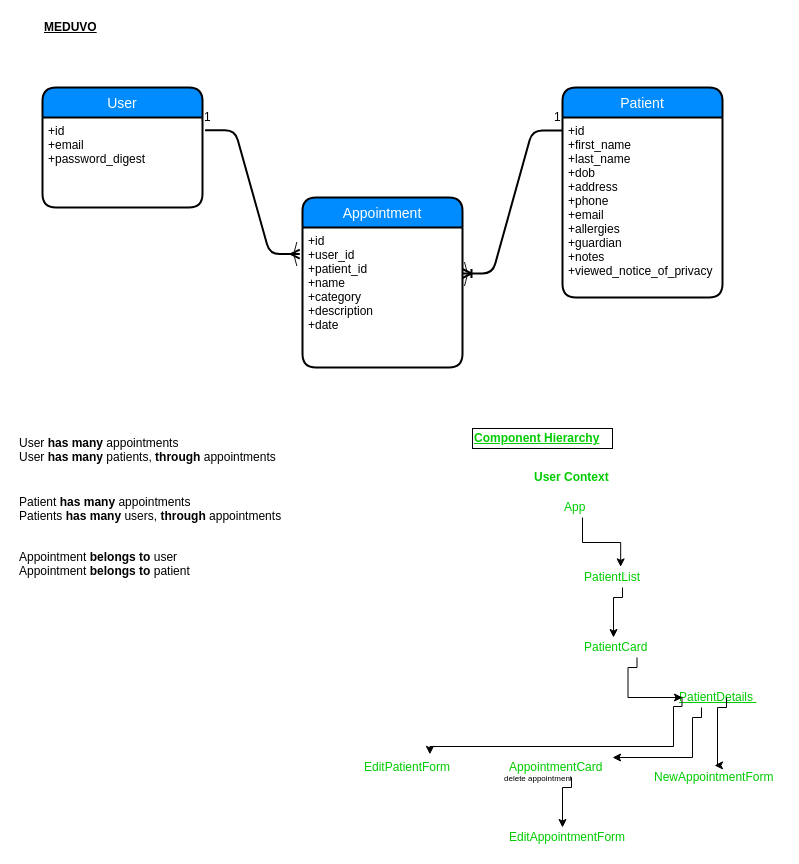
Earlier version of the draw.io diagram page "ERD" (1 of 3) of client/1.drawio (minchulan/meduvo). Source tidied: cells renumbered, new cells numbered last; positions are measured from the earlier drawing's top-left corner, leaving out a move shared by most shapes. Both pictures are drawn from the tidied source at 100%, with x=0, y=0 at pixel (17, 17).
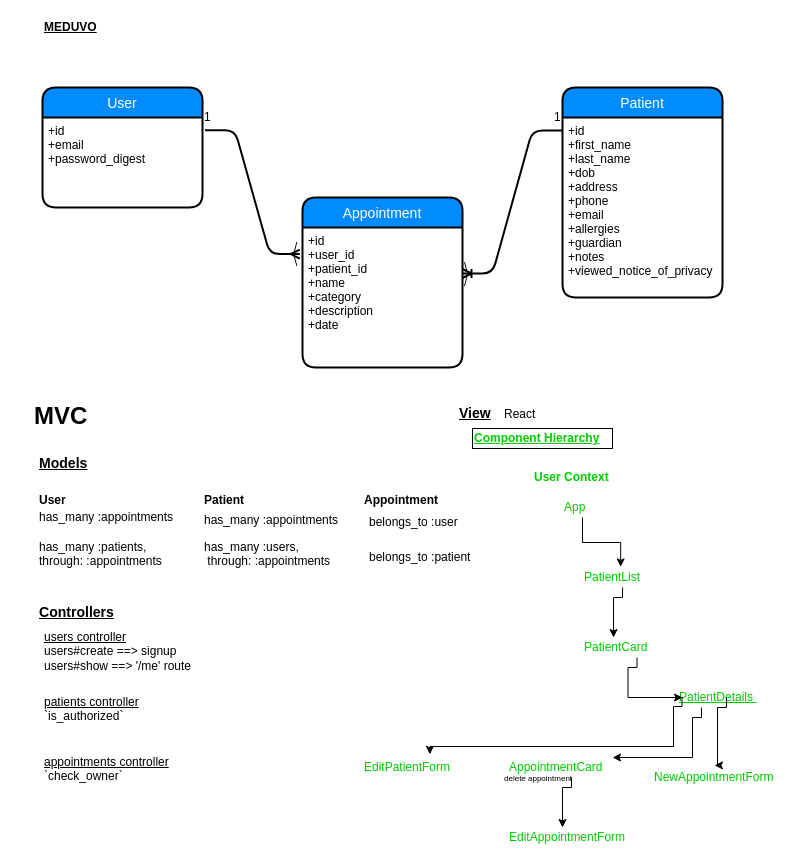
The same page after the edit.

Commit message (it also covers changes not shown here):
updates to unique provider emails attribute for patient for appointment CRUD.

The change refers to these unchanged cells:
```xml
<mxCell id="4" value="Appointment" style="swimlane;horizontal=1;startSize=30;fillColor=#008cff;fontColor=#FFFFFF;rounded=1;fontSize=14;fontStyle=0;strokeWidth=2;shadow=0;dashed=0;align=center;" parent="1" vertex="1">
  <mxGeometry x="285" y="180" width="160" height="170" as="geometry" />
</mxCell>
```

Change to the diagram source:
```diff
@@
-    <mxCell id="5" value="+id &#10;+user_id&#10;+patient_id &#10;+name&#10;+category&#10;+description&#10;+date&#10;" style="align=left;strokeColor=none;fillColor=none;spacingLeft=4;fontSize=12;verticalAlign=top;" parent="4" vertex="1">
+    <mxCell id="5" value="+id &#10;+user_id&#10;+patient_id &#10;+name&#10;+category&#10;+description&#10;+date&#10;" style="align=left;strokeColor=none;fillColor=none;spacingLeft=4;fontSize=12;verticalAlign=top;fontStyle=0;" parent="4" vertex="1">
       <mxGeometry y="30" width="160" height="140" as="geometry" />
     </mxCell>
@@
+    <mxCell id="38" value="&lt;h3&gt;&lt;u&gt;&lt;b&gt;Models&lt;/b&gt;&lt;/u&gt;&lt;/h3&gt;" style="text;html=1;align=left;verticalAlign=top;spacingTop=-4;" parent="1" vertex="1">
+      <mxGeometry x="20" y="421" width="60" height="40" as="geometry" />
+    </mxCell>
+    <mxCell id="39" value="&lt;b&gt;User&lt;/b&gt;" style="text;html=1;align=left;verticalAlign=top;spacingTop=-4;" parent="1" vertex="1">
+      <mxGeometry x="20" y="473" width="40" height="20" as="geometry" />
+    </mxCell>
-    <mxCell id="35" value="User &lt;b&gt;has many&lt;/b&gt; appointments&amp;nbsp;&lt;br&gt;User &lt;b&gt;has many&lt;/b&gt; patients, &lt;b&gt;through&lt;/b&gt; appointments" style="text;html=1;align=left;verticalAlign=top;spacingTop=-4;" parent="1" vertex="1">
-      <mxGeometry y="416" width="270" height="30" as="geometry" />
+    <mxCell id="35" value="&lt;b&gt;Patient&lt;/b&gt;" style="text;html=1;align=left;verticalAlign=top;spacingTop=-4;" parent="1" vertex="1">
+      <mxGeometry x="185" y="473" width="60" height="20" as="geometry" />
     </mxCell>
-    <mxCell id="36" value="Patient &lt;b&gt;has many&lt;/b&gt; appointments&lt;br&gt;Patients &lt;b&gt;has many&lt;/b&gt; users, &lt;b&gt;through&lt;/b&gt; appointments" style="text;html=1;align=left;verticalAlign=top;spacingTop=-4;" parent="1" vertex="1">
-      <mxGeometry y="475" width="280" height="30" as="geometry" />
+    <mxCell id="36" value="&lt;b&gt;Appointment&lt;/b&gt;" style="text;html=1;align=left;verticalAlign=top;spacingTop=-4;" parent="1" vertex="1">
+      <mxGeometry x="345" y="473" width="90" height="20" as="geometry" />
     </mxCell>
-    <mxCell id="37" value="Appointment &lt;b&gt;belongs to&lt;/b&gt; user&lt;br&gt;Appointment &lt;b&gt;belongs to&lt;/b&gt; patient&amp;nbsp;" style="text;html=1;align=left;verticalAlign=top;spacingTop=-4;" parent="1" vertex="1">
-      <mxGeometry y="530" width="190" height="30" as="geometry" />
+    <mxCell id="37" value="belongs_to :user&amp;nbsp;" style="text;html=1;align=left;verticalAlign=top;spacingTop=-4;" parent="1" vertex="1">
+      <mxGeometry x="350" y="495" width="110" height="20" as="geometry" />
     </mxCell>
+    <mxCell id="40" value="belongs_to :patient" style="text;html=1;align=left;verticalAlign=top;spacingTop=-4;" parent="1" vertex="1">
+      <mxGeometry x="350" y="530" width="120" height="20" as="geometry" />
+    </mxCell>
+    <mxCell id="41" value="has_many :users,&lt;br&gt;&amp;nbsp;through: :appointments" style="text;html=1;align=left;verticalAlign=top;spacingTop=-4;" parent="1" vertex="1">
+      <mxGeometry x="185" y="520" width="140" height="30" as="geometry" />
+    </mxCell>
+    <mxCell id="42" value="has_many :appointments" style="text;html=1;align=left;verticalAlign=top;spacingTop=-4;" parent="1" vertex="1">
+      <mxGeometry x="20" y="490" width="150" height="20" as="geometry" />
+    </mxCell>
+    <mxCell id="43" value="has_many :patients,&lt;br&gt;through: :appointments" style="text;html=1;align=left;verticalAlign=top;spacingTop=-4;" parent="1" vertex="1">
+      <mxGeometry x="20" y="520" width="140" height="30" as="geometry" />
+    </mxCell>
+    <mxCell id="44" value="&lt;h3&gt;&lt;u&gt;&lt;b&gt;Controllers&lt;/b&gt;&lt;/u&gt;&lt;/h3&gt;" style="text;html=1;align=left;verticalAlign=top;spacingTop=-4;" parent="1" vertex="1">
+      <mxGeometry x="20" y="570" width="90" height="40" as="geometry" />
+    </mxCell>
+    <mxCell id="45" value="&lt;u&gt;users controller&lt;/u&gt;&lt;br&gt;users#create ==&amp;gt; signup&lt;br&gt;users#show ==&amp;gt; '/me' route&amp;nbsp;" style="text;html=1;align=left;verticalAlign=top;spacingTop=-4;" parent="1" vertex="1">
+      <mxGeometry x="25" y="610" width="170" height="40" as="geometry" />
+    </mxCell>
+    <mxCell id="46" value="&lt;u&gt;patients controller&lt;/u&gt;&lt;br&gt;`is_authorized`" style="text;html=1;align=left;verticalAlign=top;spacingTop=-4;" parent="1" vertex="1">
+      <mxGeometry x="25" y="675" width="110" height="30" as="geometry" />
+    </mxCell>
+    <mxCell id="47" value="&lt;u&gt;appointments controller&lt;/u&gt;&lt;br&gt;`check_owner`&amp;nbsp;" style="text;html=1;align=left;verticalAlign=top;spacingTop=-4;" parent="1" vertex="1">
+      <mxGeometry x="25" y="735" width="140" height="30" as="geometry" />
+    </mxCell>
+    <mxCell id="48" value="&lt;h3&gt;&lt;u&gt;View&lt;/u&gt;&lt;/h3&gt;" style="text;html=1;align=left;verticalAlign=top;spacingTop=-4;" parent="1" vertex="1">
+      <mxGeometry x="440" y="371" width="50" height="40" as="geometry" />
+    </mxCell>
+    <mxCell id="49" value="React&amp;nbsp;" style="text;html=1;align=left;verticalAlign=top;spacingTop=-4;" parent="1" vertex="1">
+      <mxGeometry x="485" y="387" width="50" height="20" as="geometry" />
+    </mxCell>
+    <mxCell id="50" value="&lt;h1&gt;MVC&amp;nbsp;&lt;/h1&gt;" style="text;html=1;align=left;verticalAlign=top;spacingTop=-4;" parent="1" vertex="1">
+      <mxGeometry x="15" y="366" width="80" height="50" as="geometry" />
+    </mxCell>
+    <mxCell id="51" value="has_many :appointments" style="text;html=1;align=left;verticalAlign=top;spacingTop=-4;" parent="1" vertex="1">
+      <mxGeometry x="185" y="493" width="150" height="20" as="geometry" />
+    </mxCell>
```
